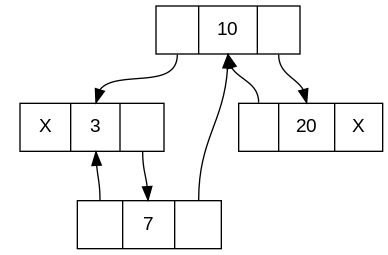
Earlier version of the Graphviz export diagram.png (radwanCS/Data-Structure-Visualization-with-Graphviz). Its source is kept beside it as diagram.dot.
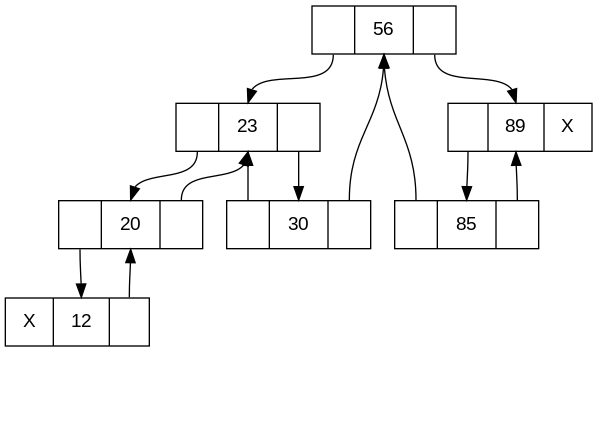
After the change.

Change to the diagram source:
```diff
@@ -1,18 +1,31 @@
 digraph LTBT{
 	node [fontname="Arial", shape=record, height=0.5, width=1.5];
-	10 [label="<left> |<data> 10 |<right> "];
-	3 [label="<left> X|<data> 3 |<right> "];
-	20 [label="<left> |<data> 20 |<right> X"];
-	7 [label="<left> |<data> 7 |<right> "];
-	10 [label="<left> |<data> 10 |<right> "];
+	56 [label="<left> |<data> 56 |<right> "];
+	23 [label="<left> |<data> 23 |<right> "];
+	89 [label="<left> |<data> 89 |<right> X"];
+	20 [label="<left> |<data> 20 |<right> "];
+	30 [label="<left> |<data> 30 |<right> "];
+	85 [label="<left> |<data> 85 |<right> "];
+	12 [label="<left> X|<data> 12 |<right> "];
+	23 [label="<left> |<data> 23 |<right> "];
+	23 [label="<left> |<data> 23 |<right> "];
+	56 [label="<left> |<data> 56 |<right> "];
+	56 [label="<left> |<data> 56 |<right> "];
+	89 [label="<left> |<data> 89 |<right> X"];
 	NULL1 [shape=point style=invis];
-	3:left -> NULL1 [style=invis];
-	3:right -> 7:data;
-	7:left -> 3:data;
-	7:right -> 10:data;
-	10:left -> 3:data;
-	10:right -> 20:data;
-	20:left -> 10:data;
+	12:left -> NULL1 [style=invis];
+	12:right -> 20:data;
+	20:left -> 12:data;
+	20:right -> 23:data;
+	23:left -> 20:data;
+	23:right -> 30:data;
+	30:left -> 23:data;
+	30:right -> 56:data;
+	56:left -> 23:data;
+	56:right -> 89:data;
+	85:left -> 56:data;
+	85:right -> 89:data;
+	89:left -> 85:data;
 	NULL2 [shape=point style=invis];
-	20:right -> NULL2 [style=invis];
+	89:right -> NULL2 [style=invis];
 }
```
